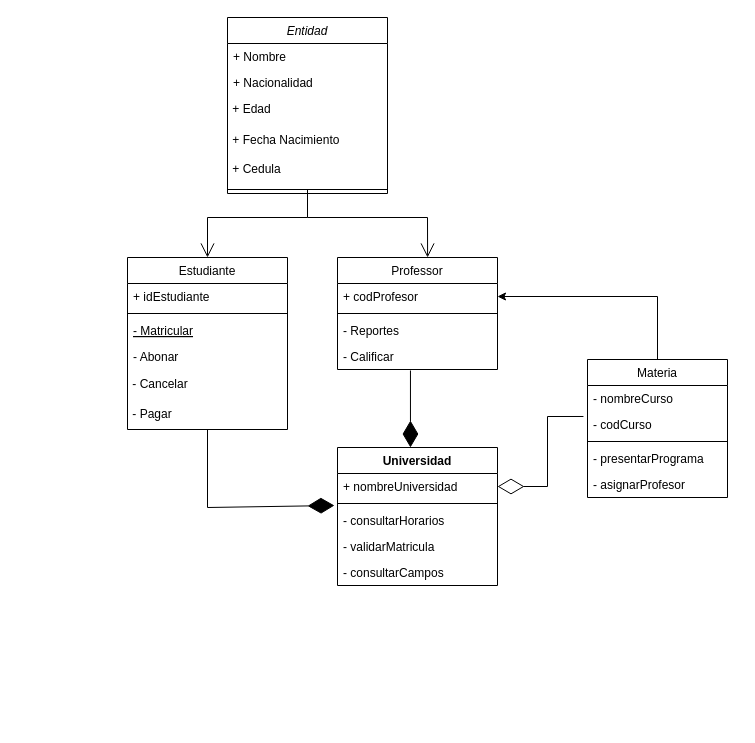
Before: Diagrama de clases.drawio in Glen96/Proyecto_Registro_estudiantes, a draw.io diagram. Source tidied: cells renumbered, new cells numbered last; positions are measured from the earlier drawing's top-left corner, leaving out a move shared by most shapes. Both pictures are drawn from the tidied source at 100%, with x=0, y=0 at pixel (127, 17).
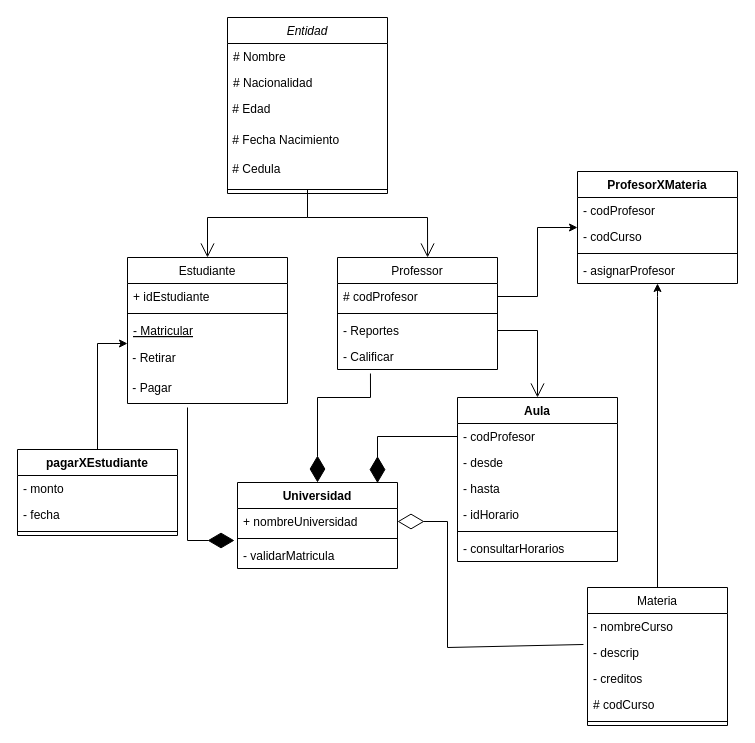
The same diagram, later.

The change refers to these unchanged cells:
```xml
<mxCell id="2" value="Entidad" style="swimlane;fontStyle=2;align=center;verticalAlign=top;horizontal=1;startSize=26;rounded=0;shadow=0;strokeWidth=1;" parent="1" vertex="1">
  <mxGeometry x="100" width="160" height="176" as="geometry" />
</mxCell>
<mxCell id="16" value="Professor" style="swimlane;fontStyle=0;align=center;verticalAlign=top;horizontal=1;startSize=26;rounded=0;shadow=0;strokeWidth=1;" parent="1" vertex="1">
  <mxGeometry x="210" y="240" width="160" height="112" as="geometry" />
</mxCell>
<mxCell id="19" value="- Reportes" style="text;strokeColor=none;fillColor=none;align=left;verticalAlign=top;spacingLeft=4;spacingRight=4;overflow=hidden;points=[[0,0.5],[1,0.5]];portConstraint=eastwest;" parent="16" vertex="1">
  <mxGeometry y="60" width="160" height="26" as="geometry" />
</mxCell>
<mxCell id="20" value="- Calificar" style="text;strokeColor=none;fillColor=none;align=left;verticalAlign=top;spacingLeft=4;spacingRight=4;overflow=hidden;points=[[0,0.5],[1,0.5]];portConstraint=eastwest;" parent="16" vertex="1">
  <mxGeometry y="86" width="160" height="26" as="geometry" />
</mxCell>
<mxCell id="22" value="+ nombreUniversidad" style="text;strokeColor=none;fillColor=none;align=left;verticalAlign=top;spacingLeft=4;spacingRight=4;overflow=hidden;points=[[0,0.5],[1,0.5]];portConstraint=eastwest;" parent="21" vertex="1">
  <mxGeometry y="26" width="160" height="26" as="geometry" />
</mxCell>
<mxCell id="28" value="- nombreCurso" style="text;strokeColor=none;fillColor=none;align=left;verticalAlign=top;spacingLeft=4;spacingRight=4;overflow=hidden;points=[[0,0.5],[1,0.5]];portConstraint=eastwest;" parent="27" vertex="1">
  <mxGeometry y="26" width="140" height="26" as="geometry" />
</mxCell>
```

The edit, as a diff of the source:
```diff
@@
-    <mxCell id="3" value="+ Nombre  " style="text;align=left;verticalAlign=top;spacingLeft=4;spacingRight=4;overflow=hidden;" parent="2" vertex="1">
+    <mxCell id="3" value="# Nombre  " style="text;align=left;verticalAlign=top;spacingLeft=4;spacingRight=4;overflow=hidden;" parent="2" vertex="1">
       <mxGeometry y="26" width="160" height="26" as="geometry" />
     </mxCell>
-    <mxCell id="4" value="+ Nacionalidad" style="text;align=left;verticalAlign=top;spacingLeft=4;spacingRight=4;overflow=hidden;rounded=0;shadow=0;html=0;" parent="2" vertex="1">
+    <mxCell id="4" value="# Nacionalidad" style="text;align=left;verticalAlign=top;spacingLeft=4;spacingRight=4;overflow=hidden;rounded=0;shadow=0;html=0;" parent="2" vertex="1">
       <mxGeometry y="52" width="160" height="26" as="geometry" />
     </mxCell>
-    <mxCell id="5" value="&amp;nbsp;+ Edad" style="text;html=1;strokeColor=none;fillColor=none;align=left;verticalAlign=top;whiteSpace=wrap;rounded=0;" parent="2" vertex="1">
+    <mxCell id="5" value="&amp;nbsp;&lt;span&gt;#&amp;nbsp;&lt;/span&gt;Edad" style="text;html=1;strokeColor=none;fillColor=none;align=left;verticalAlign=top;whiteSpace=wrap;rounded=0;" parent="2" vertex="1">
       <mxGeometry y="78" width="160" height="30" as="geometry" />
     </mxCell>
-    <mxCell id="6" value="&amp;nbsp;+ Fecha Nacimiento" style="text;html=1;strokeColor=none;fillColor=none;align=left;verticalAlign=middle;whiteSpace=wrap;rounded=0;" parent="2" vertex="1">
+    <mxCell id="6" value="&lt;span&gt;&amp;nbsp;#&lt;/span&gt;&amp;nbsp;Fecha Nacimiento" style="text;html=1;strokeColor=none;fillColor=none;align=left;verticalAlign=middle;whiteSpace=wrap;rounded=0;" parent="2" vertex="1">
       <mxGeometry y="108" width="160" height="30" as="geometry" />
     </mxCell>
-    <mxCell id="7" value="&amp;nbsp;+ Cedula" style="text;html=1;strokeColor=none;fillColor=none;align=left;verticalAlign=top;whiteSpace=wrap;rounded=0;" parent="2" vertex="1">
+    <mxCell id="7" value="&amp;nbsp;&lt;span&gt;#&amp;nbsp;&lt;/span&gt;Cedula" style="text;html=1;strokeColor=none;fillColor=none;align=left;verticalAlign=top;whiteSpace=wrap;rounded=0;" parent="2" vertex="1">
       <mxGeometry y="138" width="160" height="30" as="geometry" />
     </mxCell>
@@
     <mxCell id="9" value="Estudiante" style="swimlane;fontStyle=0;align=center;verticalAlign=top;horizontal=1;startSize=26;rounded=0;shadow=0;strokeWidth=1;" parent="1" vertex="1">
-      <mxGeometry y="240" width="160" height="172" as="geometry" />
+      <mxGeometry y="240" width="160" height="146" as="geometry" />
     </mxCell>
@@
-    <mxCell id="13" value="- Abonar" style="text;align=left;verticalAlign=top;spacingLeft=4;spacingRight=4;overflow=hidden;" parent="9" vertex="1">
-      <mxGeometry y="86" width="160" height="26" as="geometry" />
-    </mxCell>
-    <mxCell id="14" value="&amp;nbsp;- Cancelar" style="text;html=1;strokeColor=none;fillColor=none;align=left;verticalAlign=middle;whiteSpace=wrap;rounded=0;" parent="9" vertex="1">
-      <mxGeometry y="112" width="160" height="30" as="geometry" />
+    <mxCell id="14" value="&amp;nbsp;- Retirar" style="text;html=1;strokeColor=none;fillColor=none;align=left;verticalAlign=middle;whiteSpace=wrap;rounded=0;" parent="9" vertex="1">
+      <mxGeometry y="86" width="160" height="30" as="geometry" />
     </mxCell>
     <mxCell id="15" value="&amp;nbsp;- Pagar" style="text;html=1;strokeColor=none;fillColor=none;align=left;verticalAlign=middle;whiteSpace=wrap;rounded=0;" parent="9" vertex="1">
-      <mxGeometry y="142" width="160" height="30" as="geometry" />
+      <mxGeometry y="116" width="160" height="30" as="geometry" />
     </mxCell>
@@
-    <mxCell id="17" value="+ codProfesor" style="text;align=left;verticalAlign=top;spacingLeft=4;spacingRight=4;overflow=hidden;points=[[0,0.5],[1,0.5]];portConstraint=eastwest;" parent="16" vertex="1">
+    <mxCell id="17" value="# codProfesor" style="text;align=left;verticalAlign=top;spacingLeft=4;spacingRight=4;overflow=hidden;points=[[0,0.5],[1,0.5]];portConstraint=eastwest;" parent="16" vertex="1">
       <mxGeometry y="26" width="160" height="26" as="geometry" />
     </mxCell>
@@
     <mxCell id="21" value="Universidad" style="swimlane;fontStyle=1;align=center;verticalAlign=top;horizontal=1;startSize=26;" parent="1" vertex="1">
-      <mxGeometry x="210" y="430" width="160" height="138" as="geometry" />
+      <mxGeometry x="110" y="465" width="160" height="86" as="geometry" />
     </mxCell>
@@
-    <mxCell id="24" value="- consultarHorarios" style="text;strokeColor=none;fillColor=none;align=left;verticalAlign=top;spacingLeft=4;spacingRight=4;overflow=hidden;points=[[0,0.5],[1,0.5]];portConstraint=eastwest;" parent="21" vertex="1">
-      <mxGeometry y="60" width="160" height="26" as="geometry" />
-    </mxCell>
     <mxCell id="25" value="- validarMatricula" style="text;strokeColor=none;fillColor=none;align=left;verticalAlign=top;spacingLeft=4;spacingRight=4;overflow=hidden;" parent="21" vertex="1">
-      <mxGeometry y="86" width="160" height="26" as="geometry" />
+      <mxGeometry y="60" width="160" height="26" as="geometry" />
     </mxCell>
-    <mxCell id="26" value="- consultarCampos" style="text;strokeColor=none;fillColor=none;align=left;verticalAlign=top;spacingLeft=4;spacingRight=4;overflow=hidden;" parent="21" vertex="1">
-      <mxGeometry y="112" width="160" height="26" as="geometry" />
-    </mxCell>
     <mxCell id="27" value="Materia" style="swimlane;fontStyle=0;horizontal=1;startSize=26;fillColor=none;align=center;" parent="1" vertex="1">
-      <mxGeometry x="460" y="342" width="140" height="138" as="geometry" />
+      <mxGeometry x="460" y="570" width="140" height="138" as="geometry" />
     </mxCell>
@@
+    <mxCell id="39" value="- descrip" style="text;strokeColor=none;fillColor=none;align=left;verticalAlign=top;spacingLeft=4;spacingRight=4;overflow=hidden;" parent="27" vertex="1">
+      <mxGeometry y="52" width="140" height="26" as="geometry" />
+    </mxCell>
+    <mxCell id="40" value="- creditos" style="text;strokeColor=none;fillColor=none;align=left;verticalAlign=top;spacingLeft=4;spacingRight=4;overflow=hidden;" parent="27" vertex="1">
+      <mxGeometry y="78" width="140" height="26" as="geometry" />
+    </mxCell>
-    <mxCell id="29" value="- codCurso" style="text;strokeColor=none;fillColor=none;align=left;verticalAlign=top;spacingLeft=4;spacingRight=4;overflow=hidden;" parent="27" vertex="1">
-      <mxGeometry y="52" width="140" height="26" as="geometry" />
+    <mxCell id="29" value="# codCurso" style="text;strokeColor=none;fillColor=none;align=left;verticalAlign=top;spacingLeft=4;spacingRight=4;overflow=hidden;" parent="27" vertex="1">
+      <mxGeometry y="104" width="140" height="26" as="geometry" />
     </mxCell>
     <mxCell id="30" style="line;strokeWidth=1;fillColor=none;align=left;verticalAlign=middle;spacingTop=-1;spacingLeft=3;spacingRight=3;labelPosition=right;" parent="27" vertex="1">
-      <mxGeometry y="78" width="140" height="8" as="geometry" />
+      <mxGeometry y="130" width="140" height="8" as="geometry" />
     </mxCell>
-    <mxCell id="31" value="- presentarPrograma" style="text;strokeColor=none;fillColor=none;align=left;verticalAlign=top;spacingLeft=4;spacingRight=4;overflow=hidden;" parent="27" vertex="1">
-      <mxGeometry y="86" width="140" height="26" as="geometry" />
-    </mxCell>
-    <mxCell id="32" value="- asignarProfesor" style="text;strokeColor=none;fillColor=none;align=left;verticalAlign=top;spacingLeft=4;spacingRight=4;overflow=hidden;points=[[0,0.5],[1,0.5]];portConstraint=eastwest;" parent="27" vertex="1">
-      <mxGeometry y="112" width="140" height="26" as="geometry" />
-    </mxCell>
     <mxCell id="33" style="endArrow=diamondThin;endFill=0;endSize=24;html=1;rounded=0;exitX=-0.029;exitY=1.192;exitDx=0;exitDy=0;exitPerimeter=0;entryX=1;entryY=0.5;entryDx=0;entryDy=0;" parent="1" edge="1" source="28" target="22">
       <mxGeometry relative="1" as="geometry">
         <Array as="points">
-          <mxPoint x="420" y="399" />
-          <mxPoint x="420" y="469" />
+          <mxPoint x="320" y="630" />
+          <mxPoint x="320" y="504" />
         </Array>
       </mxGeometry>
     </mxCell>
-    <mxCell id="34" style="endArrow=classic;html=1;rounded=0;entryX=1;entryY=0.5;entryDx=0;entryDy=0;exitX=0.5;exitY=0;exitDx=0;exitDy=0;" parent="1" edge="1" source="27" target="17">
+    <mxCell id="34" style="endArrow=classic;html=1;rounded=0;exitX=0.5;exitY=0;exitDx=0;exitDy=0;" parent="1" edge="1" source="27" target="32">
       <mxGeometry relative="1" as="geometry">
         <Array as="points">
           <mxPoint x="530" y="279" />
         </Array>
       </mxGeometry>
     </mxCell>
@@
+    <mxCell id="38" style="endArrow=diamondThin;endFill=1;endSize=24;html=1;rounded=0;entryX=-0.019;entryY=-0.077;entryDx=0;entryDy=0;entryPerimeter=0;exitX=0.375;exitY=1.133;exitDx=0;exitDy=0;exitPerimeter=0;" parent="1" edge="1" source="15">
+      <mxGeometry relative="1" as="geometry">
+        <mxPoint x="107" y="523" as="targetPoint" />
+        <Array as="points">
+          <mxPoint x="60" y="523" />
+        </Array>
+      </mxGeometry>
+    </mxCell>
+    <mxCell id="41" value="ProfesorXMateria" style="swimlane;fontStyle=1;align=center;verticalAlign=top;horizontal=1;startSize=26;" parent="1" vertex="1">
+      <mxGeometry x="450" y="154" width="160" height="112" as="geometry" />
+    </mxCell>
+    <mxCell id="42" value="- codProfesor" style="text;strokeColor=none;fillColor=none;align=left;verticalAlign=top;spacingLeft=4;spacingRight=4;overflow=hidden;" parent="41" vertex="1">
+      <mxGeometry y="26" width="160" height="26" as="geometry" />
+    </mxCell>
+    <mxCell id="43" value="- codCurso" style="text;strokeColor=none;fillColor=none;align=left;verticalAlign=top;spacingLeft=4;spacingRight=4;overflow=hidden;points=[[0,0.5],[1,0.5]];portConstraint=eastwest;" parent="41" vertex="1">
+      <mxGeometry y="52" width="160" height="26" as="geometry" />
+    </mxCell>
+    <mxCell id="44" style="line;strokeWidth=1;fillColor=none;align=left;verticalAlign=middle;spacingTop=-1;spacingLeft=3;spacingRight=3;labelPosition=right;" parent="41" vertex="1">
+      <mxGeometry y="78" width="160" height="8" as="geometry" />
+    </mxCell>
+    <mxCell id="32" value="- asignarProfesor" style="text;strokeColor=none;fillColor=none;align=left;verticalAlign=top;spacingLeft=4;spacingRight=4;overflow=hidden;points=[[0,0.5],[1,0.5]];portConstraint=eastwest;" parent="41" vertex="1">
+      <mxGeometry y="86" width="160" height="26" as="geometry" />
+    </mxCell>
+    <mxCell id="45" style="edgeStyle=orthogonalEdgeStyle;rounded=0;jettySize=auto;html=1;exitX=1;exitY=0.5;exitDx=0;exitDy=0;entryX=0;entryY=0.154;entryDx=0;entryDy=0;entryPerimeter=0;" parent="1" edge="1" source="17" target="43">
+      <mxGeometry relative="1" as="geometry" />
+    </mxCell>
+    <mxCell id="46" value="Aula" style="swimlane;fontStyle=1;align=center;verticalAlign=top;horizontal=1;startSize=26;" parent="1" vertex="1">
+      <mxGeometry x="330" y="380" width="160" height="164" as="geometry" />
+    </mxCell>
+    <mxCell id="47" value="- codProfesor" style="text;strokeColor=none;fillColor=none;align=left;verticalAlign=top;spacingLeft=4;spacingRight=4;overflow=hidden;points=[[0,0.5],[1,0.5]];portConstraint=eastwest;" parent="46" vertex="1">
+      <mxGeometry y="26" width="160" height="26" as="geometry" />
+    </mxCell>
+    <mxCell id="48" value="- desde" style="text;strokeColor=none;fillColor=none;align=left;verticalAlign=top;spacingLeft=4;spacingRight=4;overflow=hidden;" parent="46" vertex="1">
+      <mxGeometry y="52" width="160" height="26" as="geometry" />
+    </mxCell>
+    <mxCell id="49" value="- hasta" style="text;strokeColor=none;fillColor=none;align=left;verticalAlign=top;spacingLeft=4;spacingRight=4;overflow=hidden;" parent="46" vertex="1">
+      <mxGeometry y="78" width="160" height="26" as="geometry" />
+    </mxCell>
+    <mxCell id="50" value="- idHorario" style="text;strokeColor=none;fillColor=none;align=left;verticalAlign=top;spacingLeft=4;spacingRight=4;overflow=hidden;" parent="46" vertex="1">
+      <mxGeometry y="104" width="160" height="26" as="geometry" />
+    </mxCell>
+    <mxCell id="51" style="line;strokeWidth=1;fillColor=none;align=left;verticalAlign=middle;spacingTop=-1;spacingLeft=3;spacingRight=3;labelPosition=right;" parent="46" vertex="1">
+      <mxGeometry y="130" width="160" height="8" as="geometry" />
+    </mxCell>
+    <mxCell id="24" value="- consultarHorarios" style="text;strokeColor=none;fillColor=none;align=left;verticalAlign=top;spacingLeft=4;spacingRight=4;overflow=hidden;points=[[0,0.5],[1,0.5]];portConstraint=eastwest;" parent="46" vertex="1">
+      <mxGeometry y="138" width="160" height="26" as="geometry" />
+    </mxCell>
-    <mxCell id="37" style="endArrow=diamondThin;endFill=1;endSize=24;html=1;rounded=0;exitX=0.456;exitY=1.038;exitDx=0;exitDy=0;exitPerimeter=0;entryX=0.456;entryY=0;entryDx=0;entryDy=0;entryPerimeter=0;" parent="1" edge="1" source="20" target="21">
-      <mxGeometry relative="1" as="geometry" />
+    <mxCell id="37" style="endArrow=diamondThin;endFill=1;endSize=24;html=1;rounded=0;exitX=0.206;exitY=1.154;exitDx=0;exitDy=0;exitPerimeter=0;entryX=0.5;entryY=0;entryDx=0;entryDy=0;" parent="1" edge="1" source="20" target="21">
+      <mxGeometry relative="1" as="geometry">
+        <Array as="points">
+          <mxPoint x="243" y="380" />
+          <mxPoint x="190" y="380" />
+        </Array>
+      </mxGeometry>
     </mxCell>
-    <mxCell id="38" style="endArrow=diamondThin;endFill=1;endSize=24;html=1;rounded=0;exitX=0.5;exitY=1;exitDx=0;exitDy=0;entryX=-0.019;entryY=-0.077;entryDx=0;entryDy=0;entryPerimeter=0;" parent="1" edge="1" source="15" target="24">
-      <mxGeometry relative="1" as="geometry">
-        <Array as="points">
-          <mxPoint x="80" y="490" />
-        </Array>
-      </mxGeometry>
-    </mxCell>
+    <mxCell id="52" style="endArrow=open;endFill=1;endSize=12;html=1;rounded=0;exitX=1;exitY=0.5;exitDx=0;exitDy=0;entryX=0.5;entryY=0;entryDx=0;entryDy=0;" parent="1" edge="1" source="19" target="46">
+      <mxGeometry relative="1" as="geometry">
+        <Array as="points">
+          <mxPoint x="410" y="313" />
+        </Array>
+      </mxGeometry>
+    </mxCell>
+    <mxCell id="53" style="endArrow=diamondThin;endFill=1;endSize=24;html=1;rounded=0;entryX=0.875;entryY=0.007;entryDx=0;entryDy=0;entryPerimeter=0;exitX=0;exitY=0.5;exitDx=0;exitDy=0;" parent="1" edge="1" source="47" target="21">
+      <mxGeometry relative="1" as="geometry">
+        <Array as="points">
+          <mxPoint x="250" y="419" />
+        </Array>
+      </mxGeometry>
+    </mxCell>
+    <mxCell id="54" style="edgeStyle=orthogonalEdgeStyle;rounded=0;jettySize=auto;html=1;exitX=0.5;exitY=0;exitDx=0;exitDy=0;entryX=0;entryY=0;entryDx=0;entryDy=0;" parent="1" edge="1" source="55" target="14">
+      <mxGeometry relative="1" as="geometry">
+        <Array as="points">
+          <mxPoint x="-30" y="326" />
+        </Array>
+      </mxGeometry>
+    </mxCell>
+    <mxCell id="55" value="pagarXEstudiante" style="swimlane;fontStyle=1;align=center;verticalAlign=top;horizontal=1;startSize=26;" parent="1" vertex="1">
+      <mxGeometry x="-110" y="432" width="160" height="86" as="geometry" />
+    </mxCell>
+    <mxCell id="56" value="- monto" style="text;strokeColor=none;fillColor=none;align=left;verticalAlign=top;spacingLeft=4;spacingRight=4;overflow=hidden;" parent="55" vertex="1">
+      <mxGeometry y="26" width="160" height="26" as="geometry" />
+    </mxCell>
+    <mxCell id="57" value="- fecha" style="text;strokeColor=none;fillColor=none;align=left;verticalAlign=top;spacingLeft=4;spacingRight=4;overflow=hidden;" parent="55" vertex="1">
+      <mxGeometry y="52" width="160" height="26" as="geometry" />
+    </mxCell>
+    <mxCell id="58" style="line;strokeWidth=1;fillColor=none;align=left;verticalAlign=middle;spacingTop=-1;spacingLeft=3;spacingRight=3;labelPosition=right;" parent="55" vertex="1">
+      <mxGeometry y="78" width="160" height="8" as="geometry" />
+    </mxCell>
```
